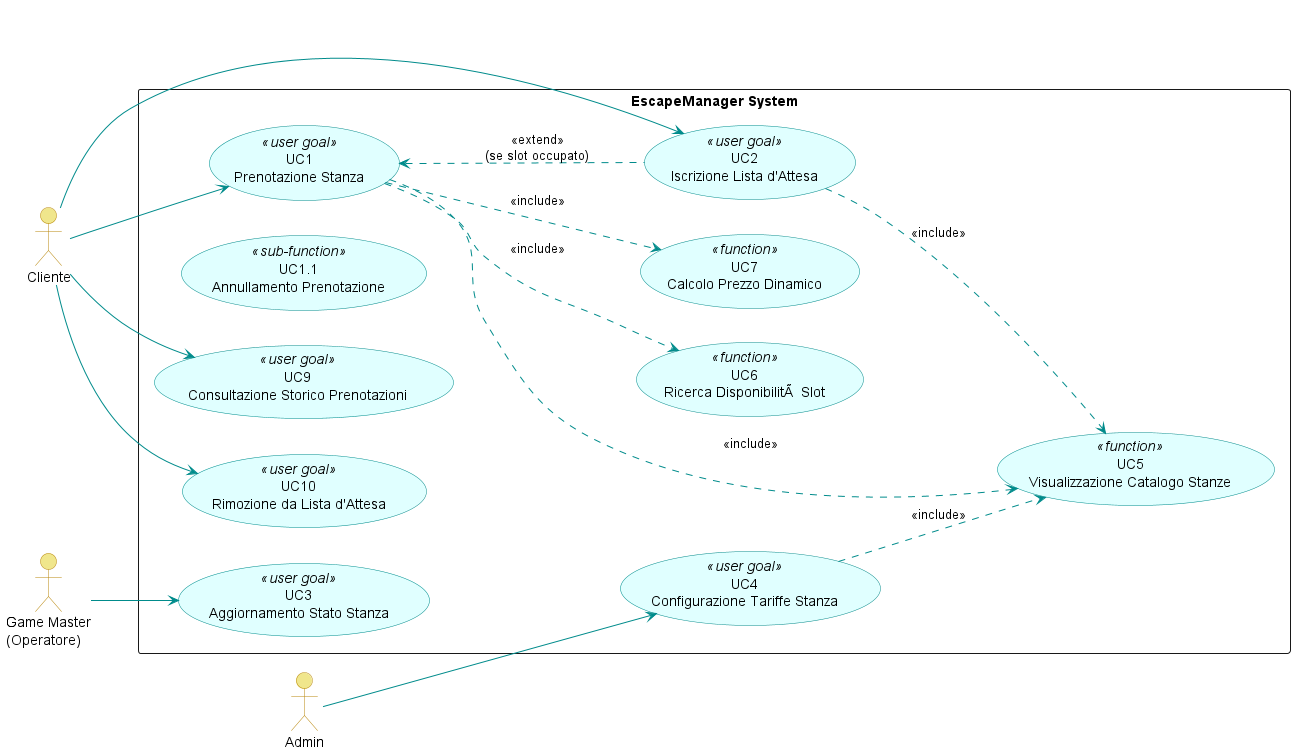
The PlantUML diagram LaTeX/images/usecase_diagram.png in Adrycasta04/EscapeManager, before a commit.
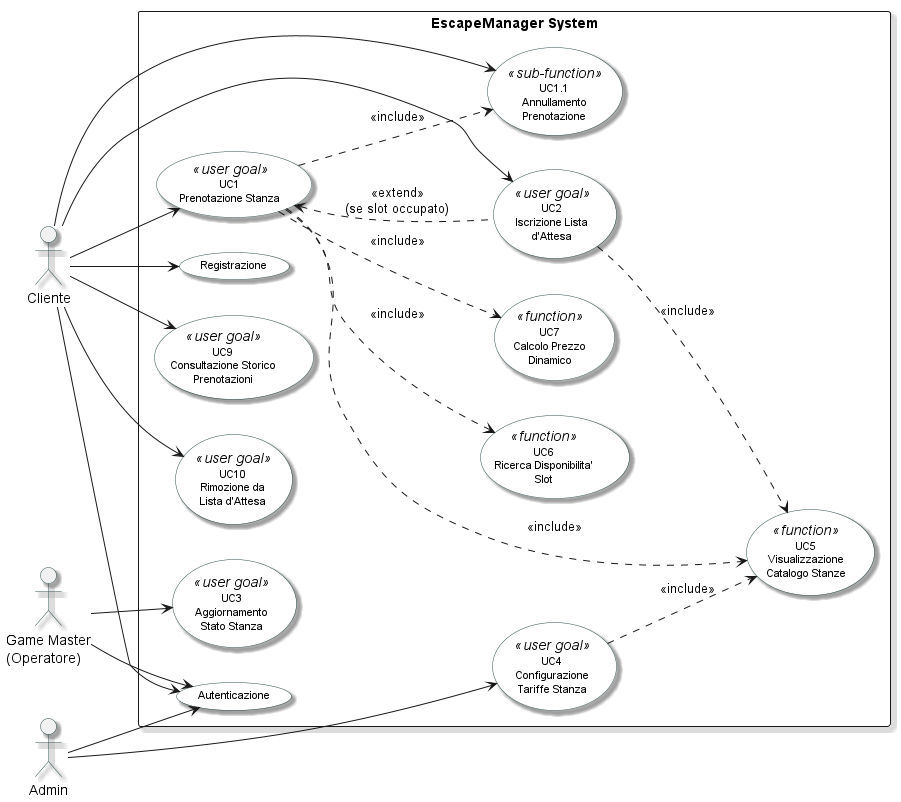
The same file after the commit.

What changed in the source:
```diff
@@ -1,14 +1,15 @@
 @startuml usecase_diagram
 left to right direction
 skinparam packageStyle rectangle
+skinparam shadowing true
 skinparam usecase {
-    BackgroundColor LightCyan
-    BorderColor DarkCyan
-    ArrowColor DarkCyan
+    BackgroundColor White
+    BorderColor DarkSlateGray
+    FontSize 11
+    Shadowing true
 }
 skinparam actor {
-    BackgroundColor Khaki
-    BorderColor DarkGoldenRod
+    BorderColor DarkSlateGray
 }
 
 actor "Cliente" as C
@@ -17,22 +18,26 @@
 
 rectangle "EscapeManager System" {
 
+    usecase "Registrazione" as UC_REG
+    usecase "Autenticazione" as UC_AUTH
+
     usecase "UC1\nPrenotazione Stanza" <<user goal>> as UC_C1
-    usecase "UC1.1\nAnnullamento Prenotazione" <<sub-function>> as UC_C1_1
-    usecase "UC2\nIscrizione Lista d'Attesa" <<user goal>> as UC_C2
-    usecase "UC9\nConsultazione Storico Prenotazioni" <<user goal>> as UC_C9
-    usecase "UC10\nRimozione da Lista d'Attesa" <<user goal>> as UC_C10
+    usecase "UC1.1\nAnnullamento\nPrenotazione" <<sub-function>> as UC_C1_1
+    usecase "UC2\nIscrizione Lista\nd'Attesa" <<user goal>> as UC_C2
+    usecase "UC9\nConsultazione Storico\nPrenotazioni" <<user goal>> as UC_C9
+    usecase "UC10\nRimozione da\nLista d'Attesa" <<user goal>> as UC_C10
 
-    usecase "UC3\nAggiornamento Stato Stanza" <<user goal>> as UC_GM3
+    usecase "UC3\nAggiornamento\nStato Stanza" <<user goal>> as UC_GM3
 
-    usecase "UC4\nConfigurazione Tariffe Stanza" <<user goal>> as UC_A2
+    usecase "UC4\nConfigurazione\nTariffe Stanza" <<user goal>> as UC_A2
 
-    usecase "UC5\nVisualizzazione Catalogo Stanze" <<function>> as UC_F5
-    usecase "UC6\nRicerca DisponibilitÃ  Slot" <<function>> as UC_F6
-    usecase "UC7\nCalcolo Prezzo Dinamico" <<function>> as UC_F7
+    usecase "UC5\nVisualizzazione\nCatalogo Stanze" <<function>> as UC_F5
+    usecase "UC6\nRicerca Disponibilita'\nSlot" <<function>> as UC_F6
+    usecase "UC7\nCalcolo Prezzo\nDinamico" <<function>> as UC_F7
 }
 
 C --> UC_C1
+C --> UC_C1_1
 C --> UC_C2
 C --> UC_C9
 C --> UC_C10
@@ -41,11 +46,17 @@
 
 A --> UC_A2
 
+C --> UC_AUTH
+C --> UC_REG
+GM --> UC_AUTH
+A --> UC_AUTH
+
 UC_C2 .up.> UC_C1 : <<extend>>\n(se slot occupato)
 
 UC_C1 ..> UC_F5 : <<include>>
 UC_C1 ..> UC_F6 : <<include>>
 UC_C1 ..> UC_F7 : <<include>>
+UC_C1 ..> UC_C1_1 : <<include>>
 
 UC_C2 ..> UC_F5 : <<include>>
 
```
